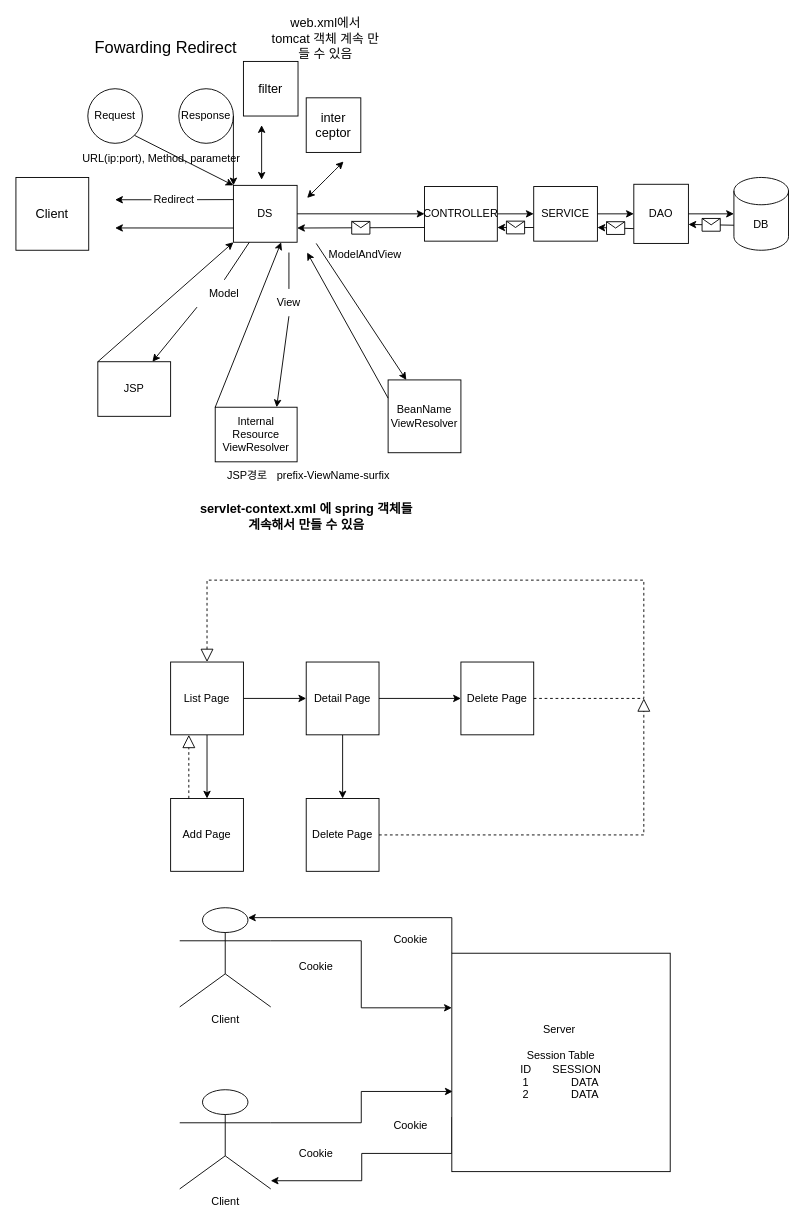
Earlier version of the draw.io diagram page "페이지-1" (1 of 4) of Diagram.drawio (ejfhfhap/GDJ60_Spring). Source tidied: cells renumbered, new cells numbered last; positions are measured from the earlier drawing's top-left corner, leaving out a move shared by most shapes. Both pictures are drawn from the tidied source at 91%, with x=0, y=0 at pixel (15, 25).
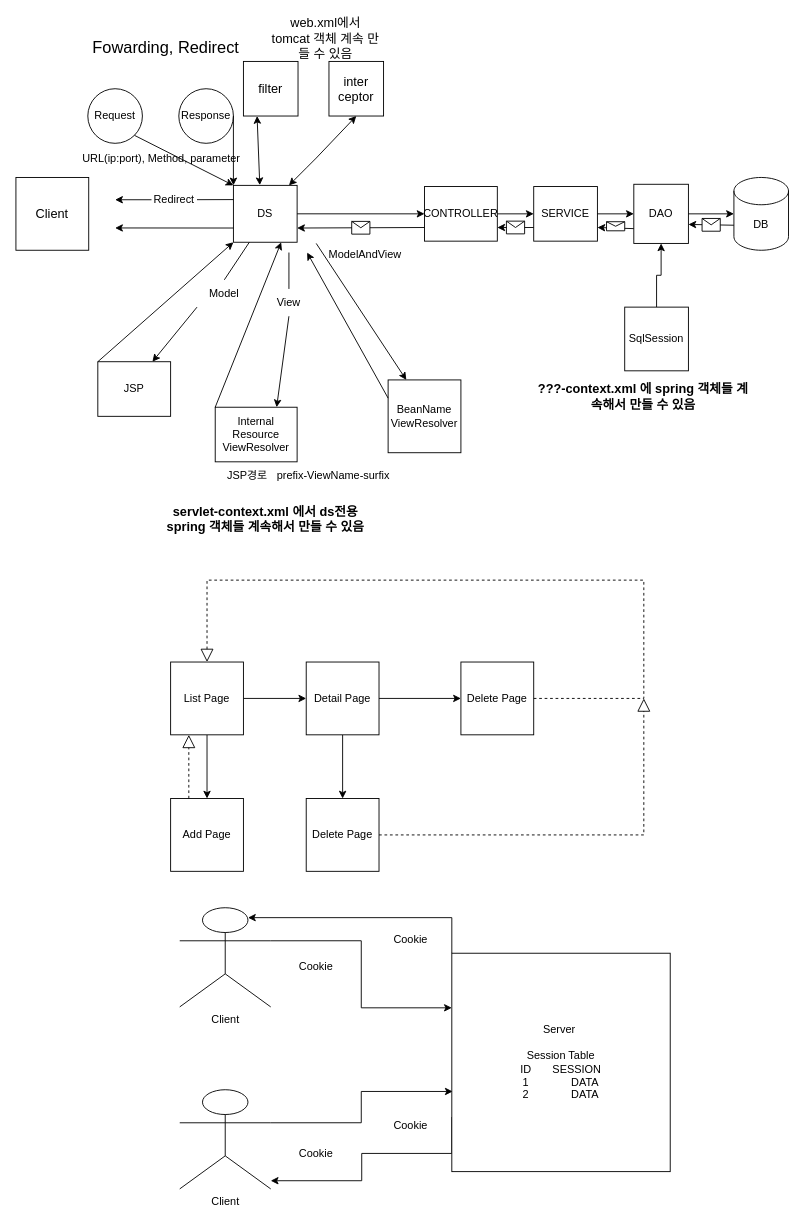
After the change.

The change refers to these unchanged cells:
```xml
<mxCell id="2" value="DAO" style="whiteSpace=wrap;html=1;" parent="1" vertex="1">
  <mxGeometry x="679" y="175" width="60" height="65" as="geometry" />
</mxCell>
<mxCell id="5" value="DS" style="whiteSpace=wrap;html=1;" parent="1" vertex="1">
  <mxGeometry x="239" y="176.2" width="70" height="62.5" as="geometry" />
</mxCell>
<mxCell id="14" style="endArrow=classic;html=1;rounded=0;exitX=0;exitY=0.75;exitDx=0;exitDy=0;entryX=1;entryY=0.75;entryDx=0;entryDy=0;" parent="1" edge="1" source="2" target="3">
  <mxGeometry relative="1" as="geometry" />
</mxCell>
<mxCell id="70" value="filter" style="whiteSpace=wrap;html=1;fontSize=14;" parent="1" vertex="1">
  <mxGeometry x="250" y="40" width="60" height="60" as="geometry" />
</mxCell>
```

What changed in the source:
```diff
@@
     <mxCell id="15" style="shape=message;html=1;" parent="14" vertex="1">
-      <mxGeometry width="20" height="14" relative="1" as="geometry">
+      <mxGeometry width="20" height="10" relative="1" as="geometry">
         <mxPoint x="-10" y="-7" as="offset" />
       </mxGeometry>
     </mxCell>
@@
-    <mxCell id="35" value="&lt;font style=&quot;font-size: 18px;&quot;&gt;Fowarding Redirect&lt;/font&gt;" style="text;html=1;strokeColor=none;fillColor=none;align=center;verticalAlign=middle;whiteSpace=wrap;rounded=0;" parent="1" vertex="1">
+    <mxCell id="35" value="&lt;font style=&quot;font-size: 18px;&quot;&gt;Fowarding, Redirect&lt;/font&gt;" style="text;html=1;strokeColor=none;fillColor=none;align=center;verticalAlign=middle;whiteSpace=wrap;rounded=0;" parent="1" vertex="1">
       <mxGeometry x="80" y="10" width="170" height="30" as="geometry" />
     </mxCell>
@@
-    <mxCell id="68" value="&lt;font style=&quot;font-size: 14px;&quot;&gt;&lt;b&gt;servlet-context.xml 에 spring 객체들 계속해서 만들 수 있음&lt;br&gt;&lt;/b&gt;&lt;/font&gt;" style="text;html=1;strokeColor=none;fillColor=none;align=center;verticalAlign=middle;whiteSpace=wrap;rounded=0;" parent="1" vertex="1">
-      <mxGeometry x="199" y="525" width="241" height="30" as="geometry" />
+    <mxCell id="68" value="&lt;font style=&quot;font-size: 14px;&quot;&gt;&lt;b&gt;servlet-context.xml 에서 ds전용 spring 객체들 계속해서 만들 수 있음&lt;br&gt;&lt;/b&gt;&lt;/font&gt;" style="text;html=1;strokeColor=none;fillColor=none;align=center;verticalAlign=middle;whiteSpace=wrap;rounded=0;" parent="1" vertex="1">
+      <mxGeometry x="153.5" y="530" width="241" height="25" as="geometry" />
     </mxCell>
@@
     <mxCell id="71" value="inter&lt;br&gt;ceptor" style="whiteSpace=wrap;html=1;fontSize=14;" parent="1" vertex="1">
-      <mxGeometry x="319" y="80" width="60" height="60" as="geometry" />
+      <mxGeometry x="344" y="40" width="60" height="60" as="geometry" />
     </mxCell>
-    <mxCell id="72" style="endArrow=classic;startArrow=classic;html=1;rounded=0;fontSize=14;" parent="1" edge="1">
-      <mxGeometry relative="1" as="geometry">
-        <mxPoint x="270" y="170" as="sourcePoint" />
-        <mxPoint x="270" y="110" as="targetPoint" />
-      </mxGeometry>
+    <mxCell id="72" style="endArrow=classic;startArrow=classic;html=1;rounded=0;fontSize=14;entryX=0.25;entryY=1;entryDx=0;entryDy=0;exitX=0.414;exitY=-0.004;exitDx=0;exitDy=0;exitPerimeter=0;" parent="1" edge="1" source="5" target="70">
+      <mxGeometry relative="1" as="geometry" />
     </mxCell>
-    <mxCell id="73" style="endArrow=classic;startArrow=classic;html=1;rounded=0;fontSize=14;" parent="1" edge="1">
+    <mxCell id="73" style="endArrow=classic;startArrow=classic;html=1;rounded=0;fontSize=14;entryX=0.5;entryY=1;entryDx=0;entryDy=0;" parent="1" edge="1" target="71">
       <mxGeometry relative="1" as="geometry">
-        <mxPoint x="320" y="190" as="sourcePoint" />
-        <mxPoint x="360" y="150" as="targetPoint" />
+        <mxPoint x="300" y="176.2" as="sourcePoint" />
         <Array as="points">
-          <mxPoint x="340" y="170" />
-          <mxPoint x="350" y="160" />
+          <mxPoint x="320" y="156.2" />
+          <mxPoint x="330" y="146.2" />
         </Array>
       </mxGeometry>
     </mxCell>
@@
+    <mxCell id="75" value="&lt;font style=&quot;font-size: 14px;&quot;&gt;&lt;b&gt;&lt;br&gt;???-context.xml 에 spring 객체들 계속해서 만들 수 있음&lt;br&gt;&lt;/b&gt;&lt;/font&gt;" style="text;html=1;strokeColor=none;fillColor=none;align=center;verticalAlign=middle;whiteSpace=wrap;rounded=0;" parent="1" vertex="1">
+      <mxGeometry x="569" y="385" width="241" height="30" as="geometry" />
+    </mxCell>
+    <mxCell id="76" style="edgeStyle=orthogonalEdgeStyle;rounded=0;jettySize=auto;html=1;entryX=0.5;entryY=1;entryDx=0;entryDy=0;exitX=0.5;exitY=0;exitDx=0;exitDy=0;" parent="1" edge="1" source="77" target="2">
+      <mxGeometry relative="1" as="geometry" />
+    </mxCell>
+    <mxCell id="77" value="SqlSession" style="whiteSpace=wrap;html=1;" parent="1" vertex="1">
+      <mxGeometry x="669" y="310" width="70" height="70" as="geometry" />
+    </mxCell>
```
